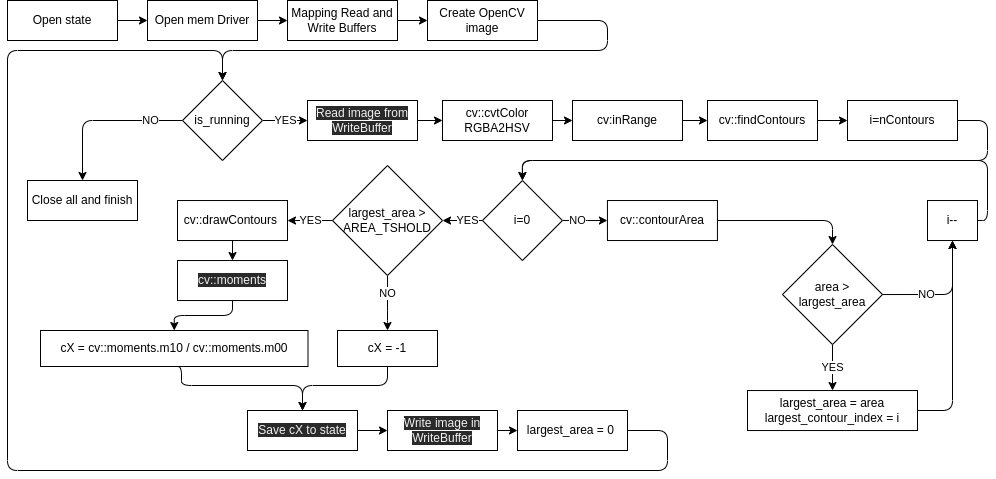
Before: doc/imgProc.png, a diagram exported from draw.io (kuhiu/smartnav-platform). Source tidied: cells renumbered, new cells last; positions are measured from the earlier drawing's top-left corner, leaving out a move shared by most shapes.
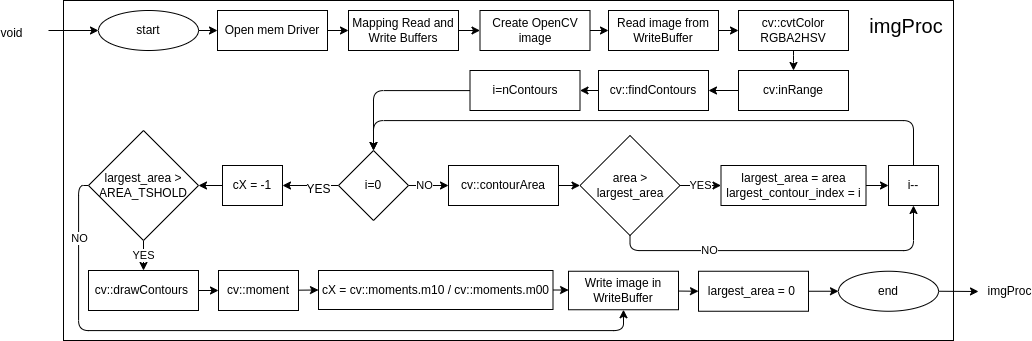
The same diagram one commit later.

The edit, as a diff of the source:
```diff
@@ -2,171 +2,114 @@
   <root>
     <mxCell id="0" />
     <mxCell id="1" parent="0" />
+    <mxCell id="55" style="rounded=0;whiteSpace=wrap;html=1;fillColor=none;" parent="1" vertex="1">
+      <mxGeometry x="-5" y="-10" width="890" height="340" as="geometry" />
+    </mxCell>
     <mxCell id="2" style="edgeStyle=none;html=1;" parent="1" edge="1" source="3" target="7">
       <mxGeometry relative="1" as="geometry" />
     </mxCell>
     <mxCell id="3" value="Open mem Driver" style="rounded=0;whiteSpace=wrap;html=1;" parent="1" vertex="1">
-      <mxGeometry x="140" width="110" height="40" as="geometry" />
+      <mxGeometry x="149" width="110" height="40" as="geometry" />
     </mxCell>
-    <mxCell id="4" style="edgeStyle=none;html=1;" parent="1" edge="1" source="5" target="3">
-      <mxGeometry relative="1" as="geometry" />
-    </mxCell>
-    <mxCell id="5" value="Open state" style="rounded=0;whiteSpace=wrap;html=1;" parent="1" vertex="1">
-      <mxGeometry width="110" height="40" as="geometry" />
-    </mxCell>
     <mxCell id="6" style="edgeStyle=none;html=1;" parent="1" edge="1" source="7" target="9">
       <mxGeometry relative="1" as="geometry" />
     </mxCell>
     <mxCell id="7" value="Mapping Read and Write Buffers" style="rounded=0;whiteSpace=wrap;html=1;" parent="1" vertex="1">
       <mxGeometry x="280" width="110" height="40" as="geometry" />
     </mxCell>
-    <mxCell id="8" style="edgeStyle=orthogonalEdgeStyle;html=1;entryX=0.5;entryY=0;entryDx=0;entryDy=0;" parent="1" edge="1" source="9" target="12">
-      <mxGeometry relative="1" as="geometry">
-        <Array as="points">
-          <mxPoint x="600" y="20" />
-          <mxPoint x="600" y="50" />
-          <mxPoint x="215" y="50" />
-        </Array>
-      </mxGeometry>
-    </mxCell>
+    <mxCell id="56" style="edgeStyle=none;html=1;entryX=0;entryY=0.5;entryDx=0;entryDy=0;" parent="1" edge="1" source="9" target="52">
+      <mxGeometry relative="1" as="geometry" />
+    </mxCell>
     <mxCell id="9" value="Create OpenCV image" style="rounded=0;whiteSpace=wrap;html=1;" parent="1" vertex="1">
-      <mxGeometry x="420" width="110" height="40" as="geometry" />
+      <mxGeometry x="411.5" width="110" height="40" as="geometry" />
     </mxCell>
-    <mxCell id="10" value="NO" style="edgeStyle=orthogonalEdgeStyle;html=1;entryX=0.5;entryY=0;entryDx=0;entryDy=0;" parent="1" edge="1" source="12" target="26">
-      <mxGeometry x="-0.61" relative="1" as="geometry" />
-    </mxCell>
-    <mxCell id="11" value="YES" style="edgeStyle=orthogonalEdgeStyle;html=1;entryX=0;entryY=0.5;entryDx=0;entryDy=0;" parent="1" edge="1" source="12" target="52">
-      <mxGeometry relative="1" as="geometry" />
-    </mxCell>
-    <mxCell id="12" value="is_running" style="rhombus;whiteSpace=wrap;html=1;" parent="1" vertex="1">
-      <mxGeometry x="175" y="80" width="80" height="80" as="geometry" />
-    </mxCell>
-    <mxCell id="13" style="edgeStyle=none;html=1;" parent="1" edge="1" source="14" target="16">
-      <mxGeometry relative="1" as="geometry" />
+    <mxCell id="13" style="edgeStyle=orthogonalEdgeStyle;html=1;entryX=0.5;entryY=0;entryDx=0;entryDy=0;exitX=0.5;exitY=1;exitDx=0;exitDy=0;" parent="1" edge="1" source="14" target="16">
+      <mxGeometry relative="1" as="geometry">
+        <Array as="points">
+          <mxPoint x="725" y="50" />
+          <mxPoint x="725" y="50" />
+        </Array>
+      </mxGeometry>
     </mxCell>
     <mxCell id="14" value="cv::cvtColor RGBA2HSV" style="rounded=0;whiteSpace=wrap;html=1;" parent="1" vertex="1">
-      <mxGeometry x="435" y="100" width="110" height="40" as="geometry" />
+      <mxGeometry x="670" width="110" height="40" as="geometry" />
     </mxCell>
-    <mxCell id="15" style="edgeStyle=orthogonalEdgeStyle;html=1;entryX=0;entryY=0.5;entryDx=0;entryDy=0;" parent="1" edge="1" source="16" target="18">
+    <mxCell id="15" style="edgeStyle=orthogonalEdgeStyle;html=1;entryX=1;entryY=0.5;entryDx=0;entryDy=0;" parent="1" edge="1" source="16" target="18">
       <mxGeometry relative="1" as="geometry" />
     </mxCell>
     <mxCell id="16" value="cv:inRange" style="rounded=0;whiteSpace=wrap;html=1;" parent="1" vertex="1">
-      <mxGeometry x="565" y="100" width="110" height="40" as="geometry" />
+      <mxGeometry x="670" y="60" width="110" height="40" as="geometry" />
     </mxCell>
     <mxCell id="17" style="edgeStyle=none;html=1;" parent="1" edge="1" source="18" target="25">
       <mxGeometry relative="1" as="geometry" />
     </mxCell>
     <mxCell id="18" value="cv::findContours" style="rounded=0;whiteSpace=wrap;html=1;" parent="1" vertex="1">
-      <mxGeometry x="700" y="100" width="110" height="40" as="geometry" />
+      <mxGeometry x="530" y="60" width="110" height="40" as="geometry" />
     </mxCell>
-    <mxCell id="19" style="edgeStyle=orthogonalEdgeStyle;html=1;entryX=0;entryY=0.5;entryDx=0;entryDy=0;exitX=1;exitY=0.5;exitDx=0;exitDy=0;" parent="1" edge="1" source="23" target="43">
-      <mxGeometry relative="1" as="geometry">
-        <Array as="points">
-          <mxPoint x="570" y="220" />
-          <mxPoint x="570" y="220" />
-        </Array>
-      </mxGeometry>
+    <mxCell id="19" value="NO" style="edgeStyle=orthogonalEdgeStyle;html=1;entryX=0;entryY=0.5;entryDx=0;entryDy=0;exitX=1;exitY=0.5;exitDx=0;exitDy=0;" parent="1" edge="1" source="23" target="43">
+      <mxGeometry x="-0.22" relative="1" as="geometry" />
     </mxCell>
-    <mxCell id="20" value="NO" style="edgeLabel;html=1;align=center;verticalAlign=middle;" parent="19" vertex="1">
-      <mxGeometry x="-0.32" y="2" relative="1" as="geometry">
-        <mxPoint y="2" as="offset" />
-      </mxGeometry>
-    </mxCell>
-    <mxCell id="21" style="edgeStyle=orthogonalEdgeStyle;html=1;" parent="1" edge="1" source="23" target="29">
-      <mxGeometry relative="1" as="geometry" />
-    </mxCell>
-    <mxCell id="22" value="YES" style="edgeLabel;html=1;align=center;verticalAlign=middle;" parent="21" vertex="1">
-      <mxGeometry x="0.31" y="-2" relative="1" as="geometry">
-        <mxPoint x="11" y="2" as="offset" />
-      </mxGeometry>
-    </mxCell>
+    <mxCell id="57" value="&lt;font style=&quot;font-size: 12px&quot;&gt;YES&lt;/font&gt;" style="edgeStyle=orthogonalEdgeStyle;html=1;fontSize=20;startArrow=none;startFill=0;endArrow=classic;endFill=1;" parent="1" edge="1" source="23" target="31">
+      <mxGeometry x="-0.29" relative="1" as="geometry" />
+    </mxCell>
     <mxCell id="23" value="i=0" style="rhombus;whiteSpace=wrap;html=1;" parent="1" vertex="1">
-      <mxGeometry x="474.9" y="180" width="80" height="80" as="geometry" />
+      <mxGeometry x="270" y="140" width="70" height="70" as="geometry" />
     </mxCell>
     <mxCell id="24" style="edgeStyle=orthogonalEdgeStyle;html=1;entryX=0.5;entryY=0;entryDx=0;entryDy=0;" parent="1" edge="1" source="25" target="23">
-      <mxGeometry relative="1" as="geometry">
-        <Array as="points">
-          <mxPoint x="980" y="120" />
-          <mxPoint x="980" y="160" />
-          <mxPoint x="515" y="160" />
-        </Array>
-      </mxGeometry>
+      <mxGeometry relative="1" as="geometry" />
     </mxCell>
     <mxCell id="25" value="i=nContours" style="rounded=0;whiteSpace=wrap;html=1;" parent="1" vertex="1">
-      <mxGeometry x="840" y="100" width="110" height="40" as="geometry" />
+      <mxGeometry x="401.5" y="60" width="110" height="40" as="geometry" />
     </mxCell>
-    <mxCell id="26" value="Close all and finish" style="rounded=0;whiteSpace=wrap;html=1;" parent="1" vertex="1">
-      <mxGeometry x="20" y="180" width="110" height="40" as="geometry" />
-    </mxCell>
-    <mxCell id="27" value="NO" style="edgeStyle=orthogonalEdgeStyle;html=1;entryX=0.5;entryY=0;entryDx=0;entryDy=0;exitX=0.5;exitY=1;exitDx=0;exitDy=0;" parent="1" edge="1" source="29" target="31">
-      <mxGeometry x="-0.33" relative="1" as="geometry">
-        <Array as="points">
-          <mxPoint x="380" y="320" />
-        </Array>
-      </mxGeometry>
-    </mxCell>
-    <mxCell id="28" value="YES" style="edgeStyle=orthogonalEdgeStyle;html=1;entryX=1;entryY=0.5;entryDx=0;entryDy=0;" parent="1" edge="1" source="29" target="33">
+    <mxCell id="28" value="YES" style="edgeStyle=orthogonalEdgeStyle;html=1;entryX=0.5;entryY=0;entryDx=0;entryDy=0;exitX=0.5;exitY=1;exitDx=0;exitDy=0;" parent="1" edge="1" source="29" target="33">
       <mxGeometry relative="1" as="geometry" />
     </mxCell>
+    <mxCell id="58" style="edgeStyle=orthogonalEdgeStyle;html=1;entryX=0.5;entryY=1;entryDx=0;entryDy=0;" parent="1" edge="1" source="29" target="41">
+      <mxGeometry relative="1" as="geometry">
+        <Array as="points">
+          <mxPoint x="10" y="175" />
+          <mxPoint x="10" y="320" />
+          <mxPoint x="555" y="320" />
+        </Array>
+      </mxGeometry>
+    </mxCell>
+    <mxCell id="20" value="NO" style="edgeLabel;html=1;align=center;verticalAlign=middle;" parent="58" vertex="1">
+      <mxGeometry x="-0.79" y="-2" relative="1" as="geometry">
+        <mxPoint x="2" y="-14" as="offset" />
+      </mxGeometry>
+    </mxCell>
     <mxCell id="29" value="largest_area &amp;gt;&lt;br&gt;AREA_TSHOLD" style="rhombus;whiteSpace=wrap;html=1;" parent="1" vertex="1">
-      <mxGeometry x="325" y="165" width="110" height="110" as="geometry" />
+      <mxGeometry x="20" y="120" width="110" height="110" as="geometry" />
     </mxCell>
-    <mxCell id="30" style="edgeStyle=orthogonalEdgeStyle;html=1;entryX=0.5;entryY=0;entryDx=0;entryDy=0;exitX=0.5;exitY=1;exitDx=0;exitDy=0;" parent="1" edge="1" source="31" target="39">
-      <mxGeometry relative="1" as="geometry">
-        <Array as="points">
-          <mxPoint x="380" y="385" />
-          <mxPoint x="295" y="385" />
-        </Array>
-      </mxGeometry>
-    </mxCell>
+    <mxCell id="59" style="edgeStyle=orthogonalEdgeStyle;html=1;fontSize=20;startArrow=none;startFill=0;endArrow=classic;endFill=1;entryX=1;entryY=0.5;entryDx=0;entryDy=0;" parent="1" edge="1" source="31" target="29">
+      <mxGeometry relative="1" as="geometry" />
+    </mxCell>
     <mxCell id="31" value="cX = -1" style="rounded=0;whiteSpace=wrap;html=1;" parent="1" vertex="1">
-      <mxGeometry x="330" y="330" width="100" height="36" as="geometry" />
+      <mxGeometry x="154" y="155" width="60" height="40" as="geometry" />
     </mxCell>
-    <mxCell id="32" style="edgeStyle=orthogonalEdgeStyle;html=1;entryX=0.5;entryY=0;entryDx=0;entryDy=0;exitX=0.5;exitY=1;exitDx=0;exitDy=0;" parent="1" edge="1" source="33" target="35">
+    <mxCell id="32" style="edgeStyle=orthogonalEdgeStyle;html=1;entryX=0;entryY=0.5;entryDx=0;entryDy=0;exitX=1;exitY=0.5;exitDx=0;exitDy=0;" parent="1" edge="1" source="33" target="67">
       <mxGeometry relative="1" as="geometry" />
     </mxCell>
     <mxCell id="33" value="cv::drawContours&amp;nbsp;" style="rounded=0;whiteSpace=wrap;html=1;" parent="1" vertex="1">
-      <mxGeometry x="170" y="200" width="110" height="40" as="geometry" />
+      <mxGeometry x="20" y="260" width="110" height="40" as="geometry" />
     </mxCell>
-    <mxCell id="34" style="edgeStyle=orthogonalEdgeStyle;html=1;" parent="1" edge="1" source="35" target="37">
-      <mxGeometry relative="1" as="geometry" />
-    </mxCell>
-    <mxCell id="35" value="&lt;span style=&quot;color: rgb(240, 240, 240); font-family: helvetica; font-size: 12px; font-style: normal; font-weight: 400; letter-spacing: normal; text-align: center; text-indent: 0px; text-transform: none; word-spacing: 0px; background-color: rgb(42, 42, 42); display: inline; float: none;&quot;&gt;cv::moments&lt;/span&gt;" style="rounded=0;whiteSpace=wrap;html=1;" parent="1" vertex="1">
-      <mxGeometry x="170" y="260" width="110" height="40" as="geometry" />
-    </mxCell>
-    <mxCell id="36" style="edgeStyle=orthogonalEdgeStyle;html=1;exitX=0.5;exitY=1;exitDx=0;exitDy=0;" parent="1" edge="1" source="37" target="39">
-      <mxGeometry relative="1" as="geometry">
-        <Array as="points">
-          <mxPoint x="174" y="385" />
-          <mxPoint x="295" y="385" />
-        </Array>
-      </mxGeometry>
-    </mxCell>
+    <mxCell id="60" style="edgeStyle=orthogonalEdgeStyle;html=1;entryX=0;entryY=0.5;entryDx=0;entryDy=0;fontSize=12;startArrow=none;startFill=0;endArrow=classic;endFill=1;exitX=1;exitY=0.5;exitDx=0;exitDy=0;" parent="1" edge="1" source="37" target="41">
+      <mxGeometry relative="1" as="geometry" />
+    </mxCell>
     <mxCell id="37" value="cX = cv::moments.m10 / cv::moments.m00" style="rounded=0;whiteSpace=wrap;html=1;" parent="1" vertex="1">
-      <mxGeometry x="33" y="330" width="267.5" height="36" as="geometry" />
+      <mxGeometry x="250" y="260" width="234.5" height="39" as="geometry" />
     </mxCell>
-    <mxCell id="38" style="edgeStyle=orthogonalEdgeStyle;html=1;entryX=0;entryY=0.5;entryDx=0;entryDy=0;" parent="1" edge="1" source="39" target="41">
-      <mxGeometry relative="1" as="geometry" />
-    </mxCell>
-    <mxCell id="39" value="&lt;span style=&quot;color: rgb(240 , 240 , 240) ; font-family: &amp;#34;helvetica&amp;#34; ; font-size: 12px ; font-style: normal ; font-weight: 400 ; letter-spacing: normal ; text-align: center ; text-indent: 0px ; text-transform: none ; word-spacing: 0px ; background-color: rgb(42 , 42 , 42) ; display: inline ; float: none&quot;&gt;Save cX to state&lt;/span&gt;" style="rounded=0;whiteSpace=wrap;html=1;" parent="1" vertex="1">
-      <mxGeometry x="240" y="410" width="110" height="40" as="geometry" />
-    </mxCell>
-    <mxCell id="40" style="edgeStyle=orthogonalEdgeStyle;html=1;" parent="1" edge="1" source="41" target="54">
-      <mxGeometry relative="1" as="geometry" />
-    </mxCell>
-    <mxCell id="41" value="&lt;span style=&quot;color: rgb(240 , 240 , 240) ; font-family: &amp;#34;helvetica&amp;#34; ; font-size: 12px ; font-style: normal ; font-weight: 400 ; letter-spacing: normal ; text-align: center ; text-indent: 0px ; text-transform: none ; word-spacing: 0px ; background-color: rgb(42 , 42 , 42) ; display: inline ; float: none&quot;&gt;Write image in WriteBuffer&lt;/span&gt;" style="rounded=0;whiteSpace=wrap;html=1;" parent="1" vertex="1">
-      <mxGeometry x="380" y="410" width="110" height="40" as="geometry" />
-    </mxCell>
-    <mxCell id="42" style="edgeStyle=orthogonalEdgeStyle;html=1;entryX=0.5;entryY=0;entryDx=0;entryDy=0;exitX=1;exitY=0.5;exitDx=0;exitDy=0;" parent="1" edge="1" source="43" target="46">
+    <mxCell id="42" style="edgeStyle=orthogonalEdgeStyle;html=1;entryX=0;entryY=0.5;entryDx=0;entryDy=0;exitX=1;exitY=0.5;exitDx=0;exitDy=0;" parent="1" edge="1" source="43" target="46">
       <mxGeometry relative="1" as="geometry" />
     </mxCell>
     <mxCell id="43" value="cv::contourArea" style="rounded=0;whiteSpace=wrap;html=1;" parent="1" vertex="1">
-      <mxGeometry x="599.9" y="200" width="110" height="40" as="geometry" />
+      <mxGeometry x="380" y="155" width="110" height="40" as="geometry" />
     </mxCell>
-    <mxCell id="44" value="NO" style="edgeStyle=orthogonalEdgeStyle;html=1;exitX=1;exitY=0.5;exitDx=0;exitDy=0;" parent="1" edge="1" source="46" target="48">
-      <mxGeometry x="-0.29" relative="1" as="geometry">
+    <mxCell id="44" value="NO" style="edgeStyle=orthogonalEdgeStyle;html=1;exitX=0.5;exitY=1;exitDx=0;exitDy=0;entryX=0.5;entryY=1;entryDx=0;entryDy=0;" parent="1" edge="1" source="46" target="48">
+      <mxGeometry x="-0.44" relative="1" as="geometry">
         <Array as="points">
-          <mxPoint x="945" y="294" />
+          <mxPoint x="562" y="240" />
+          <mxPoint x="845" y="240" />
         </Array>
       </mxGeometry>
     </mxCell>
@@ -174,45 +117,80 @@
       <mxGeometry relative="1" as="geometry" />
     </mxCell>
     <mxCell id="46" value="area &amp;gt; largest_area" style="rhombus;whiteSpace=wrap;html=1;" parent="1" vertex="1">
-      <mxGeometry x="775" y="244" width="100" height="100" as="geometry" />
+      <mxGeometry x="511.5" y="125" width="100" height="100" as="geometry" />
     </mxCell>
-    <mxCell id="47" style="edgeStyle=orthogonalEdgeStyle;html=1;entryX=0.5;entryY=0;entryDx=0;entryDy=0;exitX=1;exitY=0.5;exitDx=0;exitDy=0;" parent="1" edge="1" source="48" target="23">
+    <mxCell id="47" style="edgeStyle=orthogonalEdgeStyle;html=1;entryX=0.5;entryY=0;entryDx=0;entryDy=0;" parent="1" edge="1" source="48" target="23">
       <mxGeometry relative="1" as="geometry">
         <Array as="points">
-          <mxPoint x="980" y="220" />
-          <mxPoint x="980" y="160" />
-          <mxPoint x="515" y="160" />
+          <mxPoint x="845" y="110" />
+          <mxPoint x="305" y="110" />
         </Array>
       </mxGeometry>
     </mxCell>
     <mxCell id="48" value="i--" style="rounded=0;whiteSpace=wrap;html=1;" parent="1" vertex="1">
-      <mxGeometry x="920" y="200" width="50" height="40" as="geometry" />
+      <mxGeometry x="820" y="155" width="50" height="40" as="geometry" />
     </mxCell>
-    <mxCell id="49" style="edgeStyle=orthogonalEdgeStyle;html=1;entryX=0.5;entryY=1;entryDx=0;entryDy=0;" parent="1" edge="1" source="50" target="48">
+    <mxCell id="49" style="edgeStyle=orthogonalEdgeStyle;html=1;entryX=0;entryY=0.5;entryDx=0;entryDy=0;" parent="1" edge="1" source="50" target="48">
       <mxGeometry relative="1" as="geometry" />
     </mxCell>
     <mxCell id="50" value="largest_area = area&lt;br&gt;largest_contour_index = i" style="rounded=0;whiteSpace=wrap;html=1;" parent="1" vertex="1">
-      <mxGeometry x="740" y="390" width="170" height="40" as="geometry" />
+      <mxGeometry x="652.5" y="155" width="145" height="40" as="geometry" />
     </mxCell>
-    <mxCell id="51" style="edgeStyle=orthogonalEdgeStyle;html=1;" parent="1" edge="1" source="52" target="14">
+    <mxCell id="51" style="edgeStyle=orthogonalEdgeStyle;html=1;exitX=1;exitY=0.5;exitDx=0;exitDy=0;" parent="1" edge="1" source="52" target="14">
       <mxGeometry relative="1" as="geometry" />
     </mxCell>
+    <mxCell id="61" style="edgeStyle=orthogonalEdgeStyle;html=1;fontSize=12;startArrow=none;startFill=0;endArrow=classic;endFill=1;" parent="1" edge="1" source="54" target="69">
+      <mxGeometry relative="1" as="geometry" />
+    </mxCell>
+    <mxCell id="54" value="&lt;font face=&quot;helvetica&quot;&gt;largest_area = 0&amp;nbsp;&lt;/font&gt;" style="rounded=0;whiteSpace=wrap;html=1;" parent="1" vertex="1">
+      <mxGeometry x="630" y="260.8" width="110" height="40" as="geometry" />
+    </mxCell>
+    <mxCell id="62" style="edgeStyle=orthogonalEdgeStyle;html=1;startArrow=classic;startFill=1;endArrow=none;endFill=0;" parent="1" edge="1" source="64">
+      <mxGeometry relative="1" as="geometry">
+        <mxPoint x="-20" y="20" as="targetPoint" />
+      </mxGeometry>
+    </mxCell>
+    <mxCell id="63" style="edgeStyle=none;html=1;entryX=0;entryY=0.5;entryDx=0;entryDy=0;" parent="1" edge="1" source="64" target="3">
+      <mxGeometry relative="1" as="geometry" />
+    </mxCell>
+    <mxCell id="64" value="start" style="ellipse;whiteSpace=wrap;html=1;fillColor=none;" parent="1" vertex="1">
+      <mxGeometry x="30" width="100" height="40" as="geometry" />
+    </mxCell>
+    <mxCell id="65" value="imgProc" style="text;html=1;strokeColor=none;fillColor=none;align=center;verticalAlign=middle;whiteSpace=wrap;rounded=0;fontSize=20;" parent="1" vertex="1">
+      <mxGeometry x="797.5" width="80" height="30" as="geometry" />
+    </mxCell>
-    <mxCell id="52" value="&lt;span style=&quot;color: rgb(240 , 240 , 240) ; font-family: &amp;#34;helvetica&amp;#34; ; font-size: 12px ; font-style: normal ; font-weight: 400 ; letter-spacing: normal ; text-align: center ; text-indent: 0px ; text-transform: none ; word-spacing: 0px ; background-color: rgb(42 , 42 , 42) ; display: inline ; float: none&quot;&gt;Read image from WriteBuffer&lt;/span&gt;" style="rounded=0;whiteSpace=wrap;html=1;" parent="1" vertex="1">
-      <mxGeometry x="300" y="100" width="110" height="40" as="geometry" />
+    <mxCell id="52" value="Read image from WriteBuffer" style="rounded=0;whiteSpace=wrap;html=1;" parent="1" vertex="1">
+      <mxGeometry x="540" width="110" height="40" as="geometry" />
     </mxCell>
-    <mxCell id="53" style="edgeStyle=orthogonalEdgeStyle;html=1;entryX=0.5;entryY=0;entryDx=0;entryDy=0;exitX=1;exitY=0.5;exitDx=0;exitDy=0;" parent="1" edge="1" source="54" target="12">
-      <mxGeometry relative="1" as="geometry">
-        <Array as="points">
-          <mxPoint x="660" y="430" />
-          <mxPoint x="660" y="470" />
-          <mxPoint y="470" />
-          <mxPoint y="50" />
-          <mxPoint x="215" y="50" />
-        </Array>
-      </mxGeometry>
-    </mxCell>
-    <mxCell id="54" value="&lt;font face=&quot;helvetica&quot;&gt;largest_area = 0&amp;nbsp;&lt;/font&gt;" style="rounded=0;whiteSpace=wrap;html=1;" parent="1" vertex="1">
-      <mxGeometry x="510" y="410" width="110" height="40" as="geometry" />
-    </mxCell>
+    <mxCell id="66" style="edgeStyle=none;html=1;entryX=0;entryY=0.5;entryDx=0;entryDy=0;" parent="1" edge="1" source="67" target="37">
+      <mxGeometry relative="1" as="geometry" />
+    </mxCell>
+    <mxCell id="67" value="cv::moment" style="rounded=0;whiteSpace=wrap;html=1;" parent="1" vertex="1">
+      <mxGeometry x="150" y="260" width="80" height="40" as="geometry" />
+    </mxCell>
+    <mxCell id="68" style="edgeStyle=none;html=1;" parent="1" edge="1" source="69">
+      <mxGeometry relative="1" as="geometry">
+        <mxPoint x="910" y="281" as="targetPoint" />
+      </mxGeometry>
+    </mxCell>
+    <mxCell id="69" value="end" style="ellipse;whiteSpace=wrap;html=1;fillColor=none;" parent="1" vertex="1">
+      <mxGeometry x="770" y="260.8" width="100" height="40" as="geometry" />
+    </mxCell>
+    <mxCell id="40" style="edgeStyle=none;html=1;entryX=0;entryY=0.5;entryDx=0;entryDy=0;" parent="1" edge="1" source="41" target="54">
+      <mxGeometry relative="1" as="geometry" />
+    </mxCell>
+    <mxCell id="41" value="&lt;font face=&quot;helvetica&quot;&gt;Write image in WriteBuffer&lt;/font&gt;" style="rounded=0;whiteSpace=wrap;html=1;" parent="1" vertex="1">
+      <mxGeometry x="500" y="260.8" width="110" height="38.5" as="geometry" />
+    </mxCell>
+    <mxCell id="70" value="&lt;span style=&quot;font-size: 12px&quot;&gt;void&lt;/span&gt;" style="edgeLabel;html=1;align=center;verticalAlign=middle;labelBackgroundColor=none;" parent="1" vertex="1">
+      <mxGeometry x="-60" y="20" as="geometry">
+        <mxPoint x="2" y="2" as="offset" />
+      </mxGeometry>
+    </mxCell>
+    <mxCell id="71" value="&lt;span style=&quot;font-size: 12px&quot;&gt;imgProc&lt;/span&gt;" style="edgeLabel;html=1;align=center;verticalAlign=middle;labelBackgroundColor=none;" parent="1" vertex="1">
+      <mxGeometry x="-40" y="20" as="geometry">
+        <mxPoint x="980" y="260" as="offset" />
+      </mxGeometry>
+    </mxCell>
   </root>
 </mxGraphModel>
```
